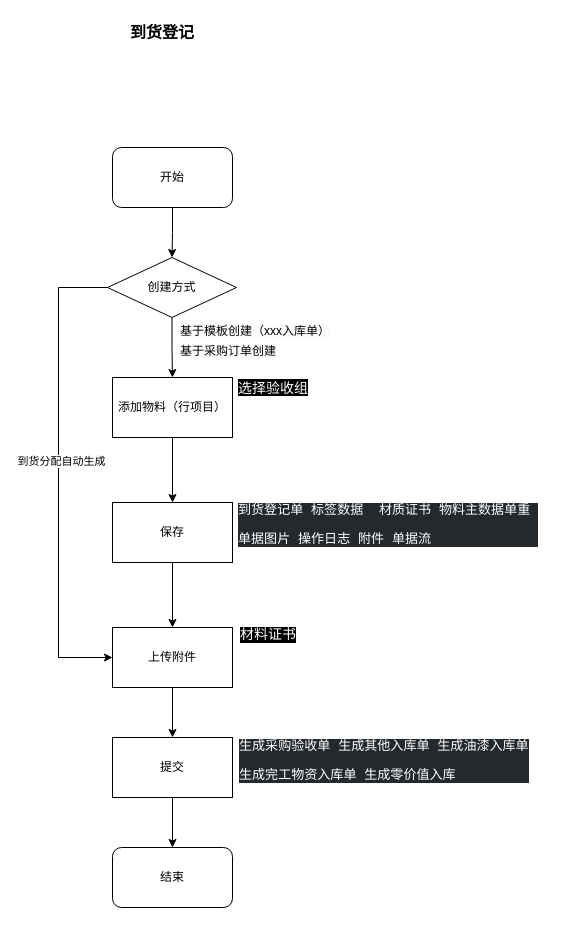
GodTaoz/drawio keeps this draw.io diagram as page "到货登记" (4 of 4) of COOEC/WMS/WMS-送货管理.drawio. Above is the earlier version. Source tidied: cells renumbered, new cells numbered last; positions are measured from the earlier drawing's top-left corner, leaving out a move shared by most shapes. Both pictures are drawn from the tidied source at 100%, with x=0, y=0 at pixel (58, 17).
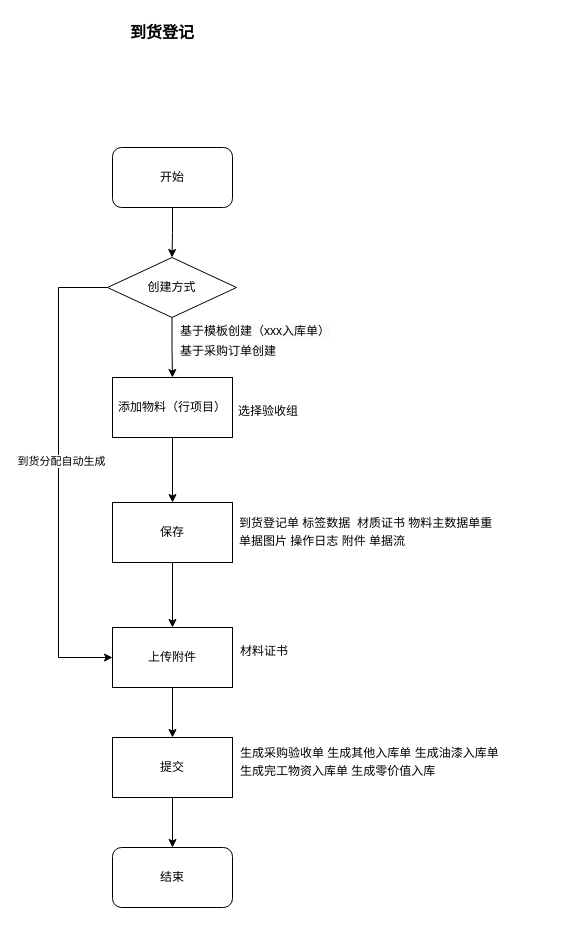
Above is the later version.

Diff of the diagram source:
```diff
@@
-    <mxCell id="13" value="&lt;div style=&quot;background-color: rgb(36, 41, 46); font-family: 宋体, monospace; font-size: 9.8pt;&quot;&gt;&lt;pre style=&quot;&quot;&gt;&lt;font color=&quot;#ffffff&quot;&gt;到货登记单 标签数据  材质证书 物料主数据单重 &lt;/font&gt;&lt;/pre&gt;&lt;pre style=&quot;&quot;&gt;&lt;font color=&quot;#ffffff&quot;&gt;单据图片 操作日志 附件 单据流&lt;/font&gt;&lt;/pre&gt;&lt;/div&gt;" style="text;whiteSpace=wrap;html=1;" parent="1" vertex="1">
-      <mxGeometry x="178" y="466" width="322" height="75" as="geometry" />
-    </mxCell>
@@
-    <mxCell id="18" value="&lt;font face=&quot;-apple-system, BlinkMacSystemFont, Segoe UI, PingFang SC, Hiragino Sans GB, Microsoft YaHei, Helvetica Neue, Helvetica, Arial, sans-serif, Apple Color Emoji, Segoe UI Emoji, Segoe UI Symbol&quot; color=&quot;#ffffff&quot;&gt;&lt;span style=&quot;font-size: 14px; background-color: rgb(0, 0, 0);&quot;&gt;选择验收组&lt;/span&gt;&lt;/font&gt;" style="text;whiteSpace=wrap;html=1;" parent="1" vertex="1">
-      <mxGeometry x="178" y="356" width="100" height="40" as="geometry" />
+    <mxCell id="18" value="选择验收组" style="text;whiteSpace=wrap;html=1;" parent="1" vertex="1">
+      <mxGeometry x="178" y="380" width="100" height="40" as="geometry" />
     </mxCell>
@@
-    <mxCell id="22" value="&lt;font face=&quot;宋体, monospace&quot; color=&quot;#ffffff&quot;&gt;&lt;span style=&quot;font-size: 14px; background-color: rgb(0, 0, 0);&quot;&gt;材料证书&lt;/span&gt;&lt;/font&gt;" style="text;whiteSpace=wrap;html=1;" parent="1" vertex="1">
-      <mxGeometry x="180" y="603" width="100" height="40" as="geometry" />
+    <mxCell id="22" value="材料证书" style="text;whiteSpace=wrap;html=1;" parent="1" vertex="1">
+      <mxGeometry x="180" y="620" width="100" height="40" as="geometry" />
     </mxCell>
+    <mxCell id="13" value="&lt;div style=&quot;line-height: 150%;&quot;&gt;&lt;div style=&quot;line-height: 150%;&quot;&gt;到货登记单 标签数据 &amp;nbsp;材质证书 物料主数据单重 单据图片 操作日志 附件 单据流&lt;/div&gt;&lt;/div&gt;" style="text;whiteSpace=wrap;html=1;" parent="1" vertex="1">
+      <mxGeometry x="179" y="490" width="260" height="55" as="geometry" />
+    </mxCell>
-    <mxCell id="23" value="&lt;div style=&quot;background-color: rgb(36, 41, 46); font-family: 宋体, monospace; font-size: 9.8pt;&quot;&gt;&lt;pre style=&quot;&quot;&gt;&lt;font color=&quot;#ffffff&quot;&gt;生成采购验收单 生成其他入库单 生成油漆入库单&lt;/font&gt;&lt;/pre&gt;&lt;pre style=&quot;&quot;&gt;&lt;div style=&quot;font-family: 宋体, monospace; font-size: 9.8pt;&quot;&gt;&lt;pre style=&quot;&quot;&gt;&lt;div style=&quot;font-family: 宋体, monospace; font-size: 9.8pt;&quot;&gt;&lt;pre style=&quot;&quot;&gt;&lt;div style=&quot;font-family: &amp;quot;JetBrains Mono&amp;quot;, monospace; font-size: 9.8pt;&quot;&gt;&lt;pre style=&quot;&quot;&gt;&lt;div style=&quot;font-family: 宋体, monospace; font-size: 9.8pt;&quot;&gt;&lt;pre style=&quot;&quot;&gt;&lt;font color=&quot;#ffffff&quot;&gt;生成完工物资入库单 生成零价值入库&lt;/font&gt;&lt;/pre&gt;&lt;/div&gt;&lt;/pre&gt;&lt;/div&gt;&lt;/pre&gt;&lt;/div&gt;&lt;/pre&gt;&lt;/div&gt;&lt;/pre&gt;&lt;/div&gt;" style="text;whiteSpace=wrap;html=1;" parent="1" vertex="1">
-      <mxGeometry x="179" y="702" width="320" height="70" as="geometry" />
+    <mxCell id="23" value="&lt;div style=&quot;line-height: 150%;&quot;&gt;&lt;div style=&quot;line-height: 150%;&quot;&gt;生成采购验收单 生成其他入库单 生成油漆入库单 生成完工物资入库单 生成零价值入库&lt;/div&gt;&lt;/div&gt;" style="text;whiteSpace=wrap;html=1;" parent="1" vertex="1">
+      <mxGeometry x="180" y="720" width="271" height="60" as="geometry" />
     </mxCell>
```
